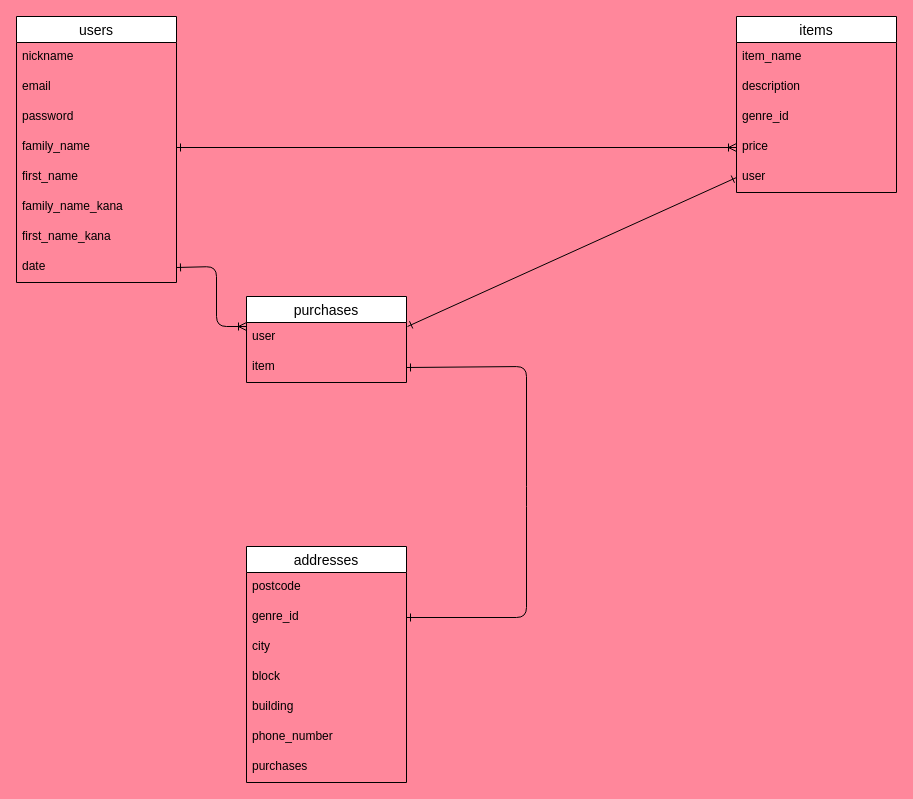
satou1990y/furima-39969 keeps this draw.io diagram as test.dio. Above is the earlier version. Source tidied: cells renumbered, new cells numbered last; positions are measured from the earlier drawing's top-left corner, leaving out a move shared by most shapes. Both pictures are drawn from the tidied source at 100%, with x=0, y=0 at pixel (16, 16).
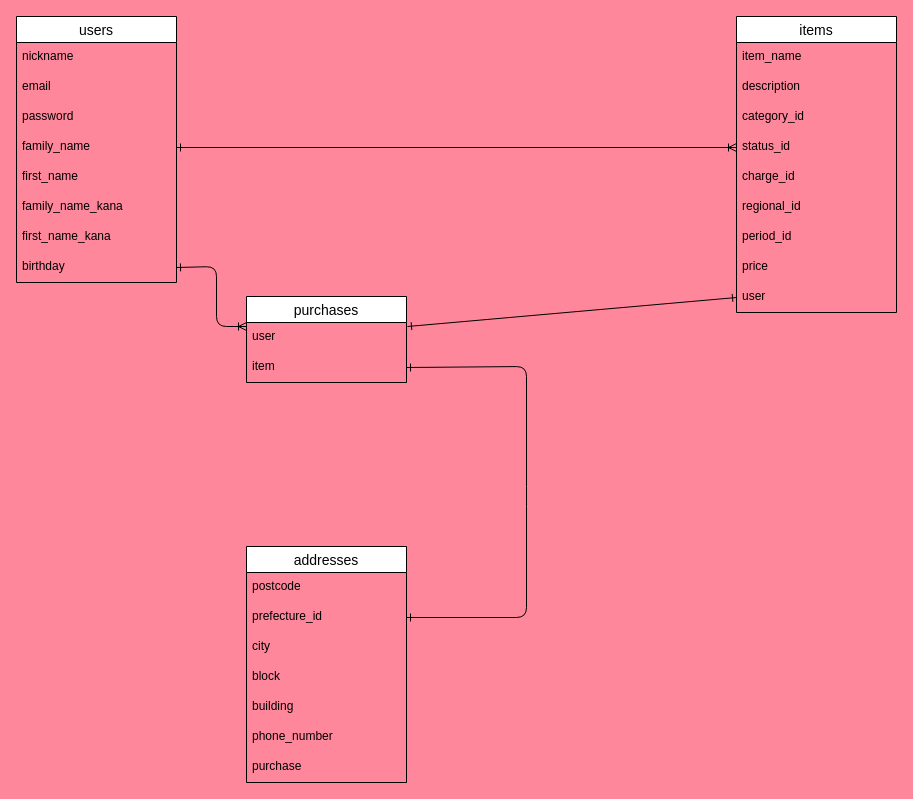
The same page after the edit.

Commit message (it also covers changes not shown here):
データベース設計の修正2

Unchanged cells that the change refers to:
```xml
<mxCell id="2" value="users" style="swimlane;fontStyle=0;horizontal=1;startSize=26;align=center;fontSize=14;" parent="1" vertex="1">
  <mxGeometry width="160" height="266" as="geometry" />
</mxCell>
<mxCell id="25" value="addresses" style="swimlane;fontStyle=0;horizontal=1;startSize=26;align=center;fontSize=14;" parent="1" vertex="1">
  <mxGeometry x="230" y="530" width="160" height="236" as="geometry" />
</mxCell>
```

What changed in the source:
```diff
@@
-    <mxCell id="10" value="date" style="text;strokeColor=none;fillColor=none;spacingLeft=4;spacingRight=4;overflow=hidden;points=[[0,0.5],[1,0.5]];portConstraint=eastwest;fontSize=12;" parent="2" vertex="1">
+    <mxCell id="10" value="birthday" style="text;strokeColor=none;fillColor=none;spacingLeft=4;spacingRight=4;overflow=hidden;points=[[0,0.5],[1,0.5]];portConstraint=eastwest;fontSize=12;" parent="2" vertex="1">
       <mxGeometry y="236" width="160" height="30" as="geometry" />
     </mxCell>
     <mxCell id="11" value="items" style="swimlane;fontStyle=0;horizontal=1;startSize=26;align=center;fontSize=14;" parent="1" vertex="1">
-      <mxGeometry x="720" width="160" height="176" as="geometry" />
+      <mxGeometry x="720" width="160" height="296" as="geometry" />
     </mxCell>
@@
+    <mxCell id="34" value="category_id" style="text;strokeColor=none;fillColor=none;spacingLeft=4;spacingRight=4;overflow=hidden;fontSize=12;" parent="11" vertex="1">
+      <mxGeometry y="86" width="160" height="30" as="geometry" />
+    </mxCell>
-    <mxCell id="14" value="genre_id" style="text;strokeColor=none;fillColor=none;spacingLeft=4;spacingRight=4;overflow=hidden;fontSize=12;" parent="11" vertex="1">
-      <mxGeometry y="86" width="160" height="30" as="geometry" />
+    <mxCell id="14" value="status_id" style="text;strokeColor=none;fillColor=none;spacingLeft=4;spacingRight=4;overflow=hidden;fontSize=12;" parent="11" vertex="1">
+      <mxGeometry y="116" width="160" height="30" as="geometry" />
     </mxCell>
+    <mxCell id="35" value="charge_id" style="text;strokeColor=none;fillColor=none;spacingLeft=4;spacingRight=4;overflow=hidden;fontSize=12;" parent="11" vertex="1">
+      <mxGeometry y="146" width="160" height="30" as="geometry" />
+    </mxCell>
+    <mxCell id="36" value="regional_id" style="text;strokeColor=none;fillColor=none;spacingLeft=4;spacingRight=4;overflow=hidden;fontSize=12;" parent="11" vertex="1">
+      <mxGeometry y="176" width="160" height="30" as="geometry" />
+    </mxCell>
+    <mxCell id="37" value="period_id" style="text;strokeColor=none;fillColor=none;spacingLeft=4;spacingRight=4;overflow=hidden;fontSize=12;" parent="11" vertex="1">
+      <mxGeometry y="206" width="160" height="30" as="geometry" />
+    </mxCell>
     <mxCell id="15" value="price" style="text;strokeColor=none;fillColor=none;spacingLeft=4;spacingRight=4;overflow=hidden;fontSize=12;" parent="11" vertex="1">
-      <mxGeometry y="116" width="160" height="30" as="geometry" />
+      <mxGeometry y="236" width="160" height="30" as="geometry" />
     </mxCell>
     <mxCell id="16" value="user" style="text;strokeColor=none;fillColor=none;spacingLeft=4;spacingRight=4;overflow=hidden;points=[[0,0.5],[1,0.5]];portConstraint=eastwest;fontSize=12;" parent="11" vertex="1">
-      <mxGeometry y="146" width="160" height="30" as="geometry" />
+      <mxGeometry y="266" width="160" height="30" as="geometry" />
     </mxCell>
@@
-    <mxCell id="27" value="genre_id" style="text;strokeColor=none;fillColor=none;spacingLeft=4;spacingRight=4;overflow=hidden;points=[[0,0.5],[1,0.5]];portConstraint=eastwest;fontSize=12;" parent="25" vertex="1">
+    <mxCell id="27" value="prefecture_id" style="text;strokeColor=none;fillColor=none;spacingLeft=4;spacingRight=4;overflow=hidden;points=[[0,0.5],[1,0.5]];portConstraint=eastwest;fontSize=12;" parent="25" vertex="1">
       <mxGeometry y="56" width="160" height="30" as="geometry" />
     </mxCell>
@@
-    <mxCell id="32" value="purchases" style="text;strokeColor=none;fillColor=none;spacingLeft=4;spacingRight=4;overflow=hidden;fontSize=12;" parent="25" vertex="1">
+    <mxCell id="32" value="purchase" style="text;strokeColor=none;fillColor=none;spacingLeft=4;spacingRight=4;overflow=hidden;fontSize=12;" parent="25" vertex="1">
       <mxGeometry y="206" width="160" height="30" as="geometry" />
     </mxCell>
```
